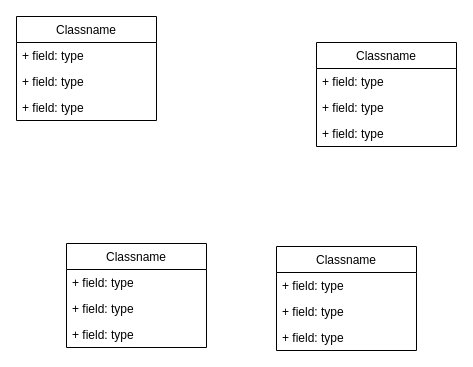
The draw.io diagram Untitled Diagram.drawio in Jodagito/LIbraryStructure, before the edit. Source tidied: cells renumbered, new cells numbered last; positions are measured from the earlier drawing's top-left corner, leaving out a move shared by most shapes. Both pictures are drawn from the tidied source at 100%, with x=0, y=0 at pixel (16, 16).
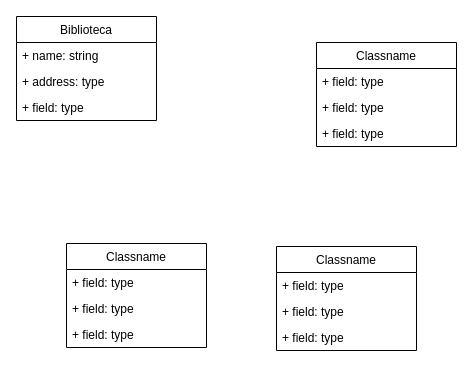
The same page after the edit.

Diff of the diagram source:
```diff
@@
 <mxGraphModel>
   <root>
     <mxCell id="0" />
     <mxCell id="1" parent="0" />
-    <mxCell id="2" value="Classname" style="swimlane;fontStyle=0;horizontal=1;startSize=26;fillColor=none;" parent="1" vertex="1">
+    <mxCell id="2" value="Biblioteca" style="swimlane;fontStyle=0;horizontal=1;startSize=26;fillColor=none;" parent="1" vertex="1">
       <mxGeometry width="140" height="104" as="geometry" />
     </mxCell>
-    <mxCell id="3" value="+ field: type" style="text;strokeColor=none;fillColor=none;align=left;verticalAlign=top;spacingLeft=4;spacingRight=4;overflow=hidden;" parent="2" vertex="1">
+    <mxCell id="3" value="+ name: string" style="text;strokeColor=none;fillColor=none;align=left;verticalAlign=top;spacingLeft=4;spacingRight=4;overflow=hidden;" parent="2" vertex="1">
       <mxGeometry y="26" width="140" height="26" as="geometry" />
     </mxCell>
-    <mxCell id="4" value="+ field: type" style="text;strokeColor=none;fillColor=none;align=left;verticalAlign=top;spacingLeft=4;spacingRight=4;overflow=hidden;" parent="2" vertex="1">
+    <mxCell id="4" value="+ address: type" style="text;strokeColor=none;fillColor=none;align=left;verticalAlign=top;spacingLeft=4;spacingRight=4;overflow=hidden;" parent="2" vertex="1">
       <mxGeometry y="52" width="140" height="26" as="geometry" />
     </mxCell>
     <mxCell id="5" value="+ field: type" style="text;strokeColor=none;fillColor=none;align=left;verticalAlign=top;spacingLeft=4;spacingRight=4;overflow=hidden;" parent="2" vertex="1">
       <mxGeometry y="78" width="140" height="26" as="geometry" />
     </mxCell>
     <mxCell id="6" value="Classname" style="swimlane;fontStyle=0;horizontal=1;startSize=26;fillColor=none;" parent="1" vertex="1">
       <mxGeometry x="300" y="26" width="140" height="104" as="geometry" />
     </mxCell>
     <mxCell id="7" value="+ field: type" style="text;strokeColor=none;fillColor=none;align=left;verticalAlign=top;spacingLeft=4;spacingRight=4;overflow=hidden;" parent="6" vertex="1">
       <mxGeometry y="26" width="140" height="26" as="geometry" />
     </mxCell>
     <mxCell id="8" value="+ field: type" style="text;strokeColor=none;fillColor=none;align=left;verticalAlign=top;spacingLeft=4;spacingRight=4;overflow=hidden;" parent="6" vertex="1">
       <mxGeometry y="52" width="140" height="26" as="geometry" />
     </mxCell>
     <mxCell id="9" value="+ field: type" style="text;strokeColor=none;fillColor=none;align=left;verticalAlign=top;spacingLeft=4;spacingRight=4;overflow=hidden;" parent="6" vertex="1">
       <mxGeometry y="78" width="140" height="26" as="geometry" />
     </mxCell>
     <mxCell id="10" value="Classname" style="swimlane;fontStyle=0;horizontal=1;startSize=26;fillColor=none;" parent="1" vertex="1">
       <mxGeometry x="260" y="230" width="140" height="104" as="geometry" />
     </mxCell>
     <mxCell id="11" value="+ field: type" style="text;strokeColor=none;fillColor=none;align=left;verticalAlign=top;spacingLeft=4;spacingRight=4;overflow=hidden;" parent="10" vertex="1">
       <mxGeometry y="26" width="140" height="26" as="geometry" />
     </mxCell>
     <mxCell id="12" value="+ field: type" style="text;strokeColor=none;fillColor=none;align=left;verticalAlign=top;spacingLeft=4;spacingRight=4;overflow=hidden;" parent="10" vertex="1">
       <mxGeometry y="52" width="140" height="26" as="geometry" />
     </mxCell>
     <mxCell id="13" value="+ field: type" style="text;strokeColor=none;fillColor=none;align=left;verticalAlign=top;spacingLeft=4;spacingRight=4;overflow=hidden;" parent="10" vertex="1">
       <mxGeometry y="78" width="140" height="26" as="geometry" />
     </mxCell>
     <mxCell id="14" value="Classname" style="swimlane;fontStyle=0;horizontal=1;startSize=26;fillColor=none;" parent="1" vertex="1">
       <mxGeometry x="50" y="227" width="140" height="104" as="geometry" />
     </mxCell>
     <mxCell id="15" value="+ field: type" style="text;strokeColor=none;fillColor=none;align=left;verticalAlign=top;spacingLeft=4;spacingRight=4;overflow=hidden;" parent="14" vertex="1">
       <mxGeometry y="26" width="140" height="26" as="geometry" />
     </mxCell>
     <mxCell id="16" value="+ field: type" style="text;strokeColor=none;fillColor=none;align=left;verticalAlign=top;spacingLeft=4;spacingRight=4;overflow=hidden;" parent="14" vertex="1">
       <mxGeometry y="52" width="140" height="26" as="geometry" />
     </mxCell>
     <mxCell id="17" value="+ field: type" style="text;strokeColor=none;fillColor=none;align=left;verticalAlign=top;spacingLeft=4;spacingRight=4;overflow=hidden;" parent="14" vertex="1">
       <mxGeometry y="78" width="140" height="26" as="geometry" />
     </mxCell>
   </root>
 </mxGraphModel>
```
